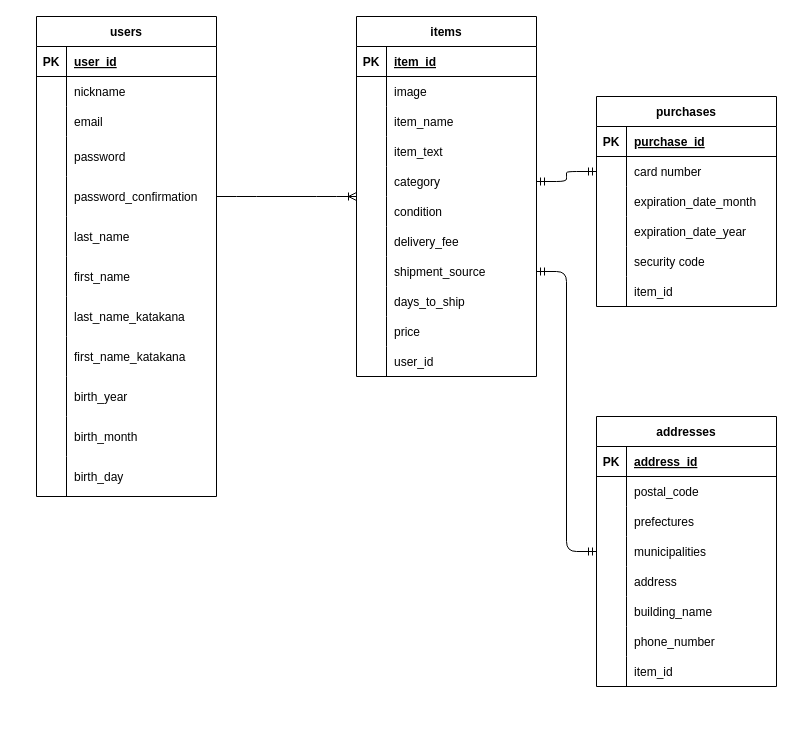
The draw.io diagram ER.dio in shibayamasho/furima-34448, before the edit. Source tidied: cells renumbered, new cells numbered last; positions are measured from the earlier drawing's top-left corner, leaving out a move shared by most shapes. Both pictures are drawn from the tidied source at 100%, with x=0, y=0 at pixel (36, 16).
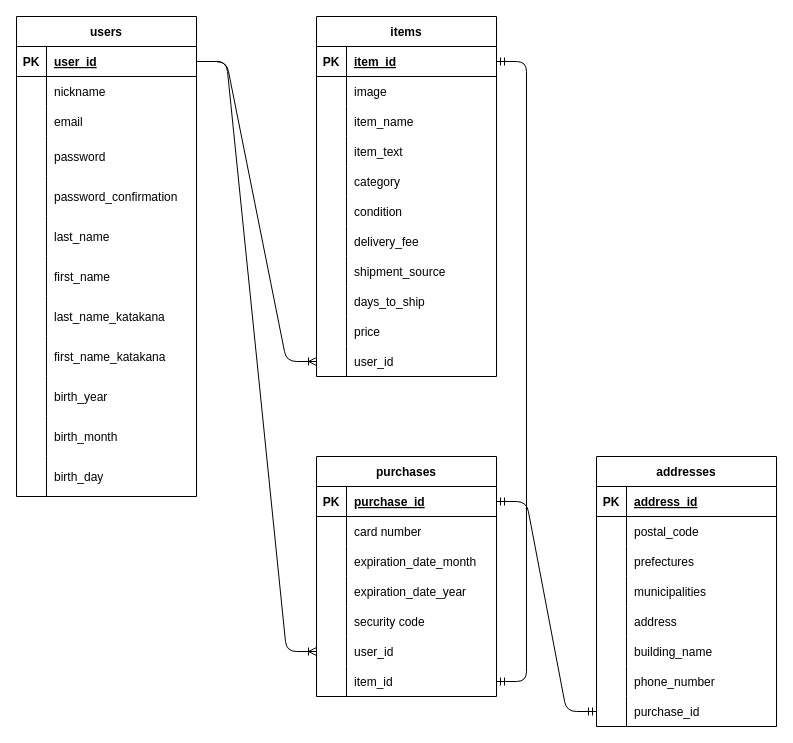
The same page after the edit.

Unchanged cells that the change refers to:
```xml
<mxCell id="3" style="shape=partialRectangle;fillColor=none;top=0;left=0;bottom=1;right=0;points=[[0,0.5],[1,0.5]];portConstraint=eastwest;" parent="2" vertex="1">
  <mxGeometry y="30" width="180" height="30" as="geometry" />
</mxCell>
<mxCell id="15" style="shape=partialRectangle;fillColor=none;top=0;left=0;bottom=0;right=0;points=[[0,0.5],[1,0.5]];portConstraint=eastwest;" parent="2" vertex="1">
  <mxGeometry y="160" width="180" height="40" as="geometry" />
</mxCell>
<mxCell id="40" style="shape=partialRectangle;fillColor=none;top=0;left=0;bottom=1;right=0;points=[[0,0.5],[1,0.5]];portConstraint=eastwest;" parent="39" vertex="1">
  <mxGeometry y="30" width="180" height="30" as="geometry" />
</mxCell>
<mxCell id="52" style="shape=partialRectangle;fillColor=none;top=0;left=0;bottom=0;right=0;points=[[0,0.5],[1,0.5]];portConstraint=eastwest;" parent="39" vertex="1">
  <mxGeometry y="150" width="180" height="30" as="geometry" />
</mxCell>
<mxCell id="61" style="shape=partialRectangle;fillColor=none;top=0;left=0;bottom=0;right=0;points=[[0,0.5],[1,0.5]];portConstraint=eastwest;" parent="39" vertex="1">
  <mxGeometry y="240" width="180" height="30" as="geometry" />
</mxCell>
<mxCell id="70" style="shape=partialRectangle;fillColor=none;top=0;left=0;bottom=0;right=0;points=[[0,0.5],[1,0.5]];portConstraint=eastwest;" parent="39" vertex="1">
  <mxGeometry y="330" width="180" height="30" as="geometry" />
</mxCell>
<mxCell id="84" style="shape=partialRectangle;fillColor=none;top=0;left=0;bottom=0;right=0;points=[[0,0.5],[1,0.5]];portConstraint=eastwest;" parent="74" vertex="1">
  <mxGeometry y="120" width="180" height="30" as="geometry" />
</mxCell>
<mxCell id="96" style="shape=partialRectangle;fillColor=none;top=0;left=0;bottom=0;right=0;points=[[0,0.5],[1,0.5]];portConstraint=eastwest;" parent="74" vertex="1">
  <mxGeometry y="240" width="180" height="30" as="geometry" />
</mxCell>
<mxCell id="101" style="shape=partialRectangle;fillColor=none;top=0;left=0;bottom=1;right=0;points=[[0,0.5],[1,0.5]];portConstraint=eastwest;" parent="100" vertex="1">
  <mxGeometry y="30" width="180" height="30" as="geometry" />
</mxCell>
<mxCell id="104" style="shape=partialRectangle;fillColor=none;top=0;left=0;bottom=0;right=0;points=[[0,0.5],[1,0.5]];portConstraint=eastwest;" parent="100" vertex="1">
  <mxGeometry y="60" width="180" height="30" as="geometry" />
</mxCell>
```

Diff of the diagram source:
```diff
@@
     <mxCell id="2" value="users" style="shape=table;startSize=30;childLayout=tableLayout;rowLines=0;fontStyle=1;align=center;" parent="1" vertex="1">
-      <mxGeometry width="180" height="480" as="geometry" />
+      <mxGeometry x="-20" width="180" height="480" as="geometry" />
     </mxCell>
@@
     <mxCell id="39" value="items" style="shape=table;startSize=30;childLayout=tableLayout;rowLines=0;fontStyle=1;align=center;" parent="1" vertex="1">
-      <mxGeometry x="320" width="180" height="360" as="geometry" />
+      <mxGeometry x="280" width="180" height="360" as="geometry" />
     </mxCell>
@@
-    <mxCell id="73" style="edgeStyle=entityRelationEdgeStyle;fontSize=12;html=1;endArrow=ERoneToMany;exitX=1;exitY=0.5;exitDx=0;exitDy=0;" parent="1" edge="1" source="15">
-      <mxGeometry relative="1" as="geometry">
-        <mxPoint x="320" y="180" as="targetPoint" />
-      </mxGeometry>
+    <mxCell id="73" style="edgeStyle=entityRelationEdgeStyle;fontSize=12;html=1;endArrow=ERoneToMany;exitX=1;exitY=0.5;exitDx=0;exitDy=0;entryX=0;entryY=0.5;entryDx=0;entryDy=0;" parent="1" edge="1" source="3" target="70">
+      <mxGeometry relative="1" as="geometry" />
     </mxCell>
     <mxCell id="74" value="addresses" style="shape=table;startSize=30;childLayout=tableLayout;rowLines=0;fontStyle=1;align=center;" parent="1" vertex="1">
-      <mxGeometry x="560" y="400" width="180" height="270" as="geometry" />
+      <mxGeometry x="560" y="440" width="180" height="270" as="geometry" />
     </mxCell>
@@
-    <mxCell id="98" value="item_id" style="shape=partialRectangle;fillColor=none;top=0;left=0;bottom=0;right=0;align=left;spacingLeft=6;overflow=hidden;" parent="96" vertex="1">
+    <mxCell id="98" value="purchase_id" style="shape=partialRectangle;fillColor=none;top=0;left=0;bottom=0;right=0;align=left;spacingLeft=6;overflow=hidden;" parent="96" vertex="1">
       <mxGeometry x="30" width="150" height="30" as="geometry" />
     </mxCell>
-    <mxCell id="99" style="edgeStyle=entityRelationEdgeStyle;fontSize=12;html=1;endArrow=ERmandOne;startArrow=ERmandOne;exitX=0;exitY=0.5;exitDx=0;exitDy=0;entryX=1;entryY=0.5;entryDx=0;entryDy=0;" parent="1" edge="1" source="84" target="61">
-      <mxGeometry relative="1" as="geometry" />
-    </mxCell>
     <mxCell id="100" value="purchases" style="shape=table;startSize=30;childLayout=tableLayout;rowLines=0;fontStyle=1;align=center;" parent="1" vertex="1">
-      <mxGeometry x="560" y="80" width="180" height="210" as="geometry" />
+      <mxGeometry x="280" y="440" width="180" height="240" as="geometry" />
     </mxCell>
@@
+    <mxCell id="120" style="shape=partialRectangle;fillColor=none;top=0;left=0;bottom=0;right=0;points=[[0,0.5],[1,0.5]];portConstraint=eastwest;" parent="100" vertex="1">
+      <mxGeometry y="180" width="180" height="30" as="geometry" />
+    </mxCell>
+    <mxCell id="121" style="shape=partialRectangle;fillColor=none;top=0;left=0;bottom=0;right=0;overflow=hidden;" parent="120" vertex="1">
+      <mxGeometry width="30" height="30" as="geometry" />
+    </mxCell>
+    <mxCell id="122" value="user_id" style="shape=partialRectangle;fillColor=none;top=0;left=0;bottom=0;right=0;align=left;spacingLeft=6;overflow=hidden;" parent="120" vertex="1">
+      <mxGeometry x="30" width="150" height="30" as="geometry" />
+    </mxCell>
     <mxCell id="116" style="shape=partialRectangle;fillColor=none;top=0;left=0;bottom=0;right=0;points=[[0,0.5],[1,0.5]];portConstraint=eastwest;" parent="100" vertex="1">
-      <mxGeometry y="180" width="180" height="30" as="geometry" />
+      <mxGeometry y="210" width="180" height="30" as="geometry" />
     </mxCell>
@@
-    <mxCell id="119" style="edgeStyle=entityRelationEdgeStyle;fontSize=12;html=1;endArrow=ERmandOne;startArrow=ERmandOne;entryX=0;entryY=0.5;entryDx=0;entryDy=0;exitX=1;exitY=0.5;exitDx=0;exitDy=0;" parent="1" edge="1" source="52" target="104">
-      <mxGeometry relative="1" as="geometry" />
-    </mxCell>
+    <mxCell id="123" style="edgeStyle=entityRelationEdgeStyle;fontSize=12;html=1;endArrow=ERoneToMany;exitX=1;exitY=0.5;exitDx=0;exitDy=0;entryX=0;entryY=0.5;entryDx=0;entryDy=0;" parent="1" edge="1" source="3" target="120">
+      <mxGeometry relative="1" as="geometry" />
+    </mxCell>
+    <mxCell id="124" style="edgeStyle=entityRelationEdgeStyle;fontSize=12;html=1;endArrow=ERmandOne;startArrow=ERmandOne;entryX=0;entryY=0.5;entryDx=0;entryDy=0;exitX=1;exitY=0.5;exitDx=0;exitDy=0;" parent="1" edge="1" source="101" target="96">
+      <mxGeometry relative="1" as="geometry" />
+    </mxCell>
+    <mxCell id="125" style="edgeStyle=entityRelationEdgeStyle;fontSize=12;html=1;endArrow=ERmandOne;startArrow=ERmandOne;exitX=1;exitY=0.5;exitDx=0;exitDy=0;entryX=1;entryY=0.5;entryDx=0;entryDy=0;" parent="1" edge="1" source="40" target="116">
+      <mxGeometry relative="1" as="geometry" />
+    </mxCell>
```
